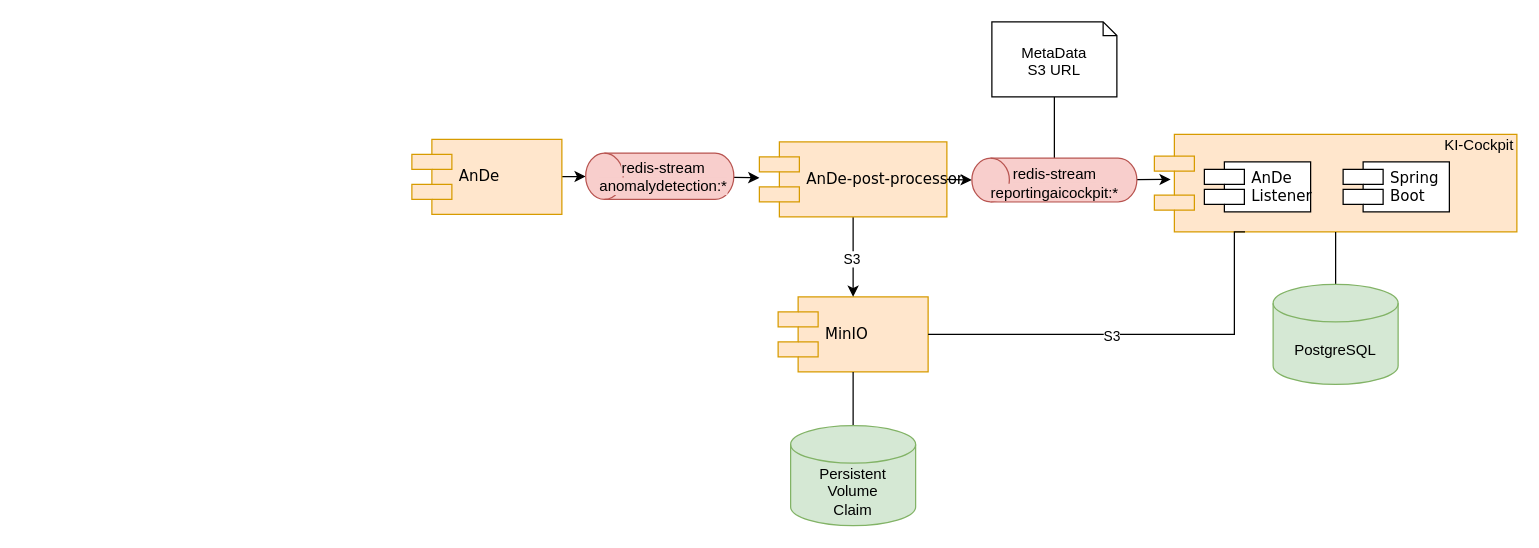
The draw.io diagram page "draft" (1 of 4) of docs/imgs/AnDe-Integration.drawio in starwit/ai-cockpit, before the edit. Source tidied: cells renumbered, new cells numbered last; positions are measured from the earlier drawing's top-left corner, leaving out a move shared by most shapes. Both pictures are drawn from the tidied source at 125%, with x=0, y=0 at pixel (411, 21).
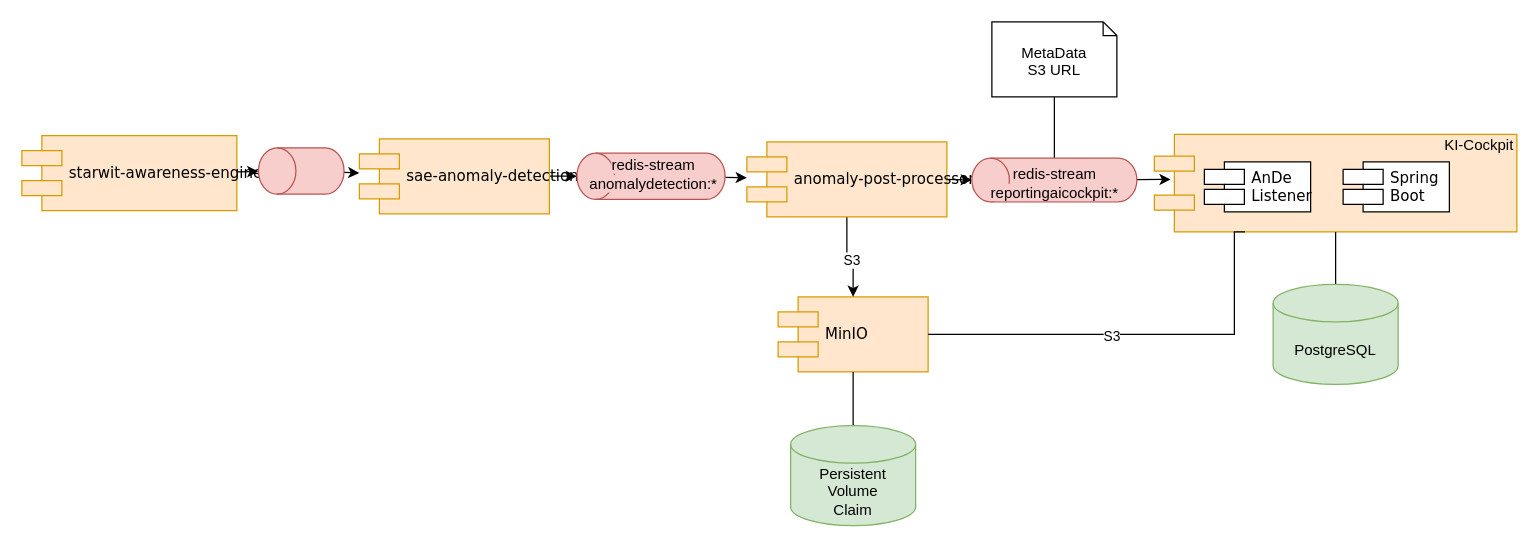
Above is the later version.

What changed in the source:
```diff
@@
-    <mxCell id="7" value="AnDe" style="shape=component;align=left;spacingLeft=36;rounded=0;shadow=0;comic=0;labelBackgroundColor=none;strokeWidth=1;fontFamily=Verdana;fontSize=12;html=1;fillColor=#ffe6cc;strokeColor=#d79b00;" parent="1" vertex="1">
-      <mxGeometry y="94" width="120" height="60" as="geometry" />
+    <mxCell id="7" value="sae-anomaly-detection" style="shape=component;align=left;spacingLeft=36;rounded=0;shadow=0;comic=0;labelBackgroundColor=none;strokeWidth=1;fontFamily=Verdana;fontSize=12;html=1;fillColor=#ffe6cc;strokeColor=#d79b00;" parent="1" vertex="1">
+      <mxGeometry x="-42" y="93.5" width="152" height="60" as="geometry" />
     </mxCell>
-    <mxCell id="8" value="AnDe-post-processor" style="shape=component;align=left;spacingLeft=36;rounded=0;shadow=0;comic=0;labelBackgroundColor=none;strokeWidth=1;fontFamily=Verdana;fontSize=12;html=1;fillColor=#ffe6cc;strokeColor=#d79b00;" parent="1" vertex="1">
-      <mxGeometry x="278" y="96" width="150" height="60" as="geometry" />
+    <mxCell id="8" value="anomaly-post-processor" style="shape=component;align=left;spacingLeft=36;rounded=0;shadow=0;comic=0;labelBackgroundColor=none;strokeWidth=1;fontFamily=Verdana;fontSize=12;html=1;fillColor=#ffe6cc;strokeColor=#d79b00;" parent="1" vertex="1">
+      <mxGeometry x="268" y="96" width="160" height="60" as="geometry" />
     </mxCell>
@@
     <mxCell id="11" style="shape=cylinder3;whiteSpace=wrap;html=1;boundedLbl=1;backgroundOutline=1;size=15;rotation=270;textDirection=vertical-lr;fillColor=#f8cecc;strokeColor=#b85450;" parent="1" vertex="1">
-      <mxGeometry x="179.8" y="64.2" width="37" height="118.5" as="geometry" />
+      <mxGeometry x="172.8" y="64.2" width="37" height="118.5" as="geometry" />
     </mxCell>
@@
     <mxCell id="25" value="&lt;span style=&quot;background-color: rgb(248, 206, 204);&quot;&gt;redis-stream&lt;br&gt;anomalydetection:*&lt;/span&gt;" style="text;html=1;strokeColor=none;fillColor=none;align=center;verticalAlign=middle;whiteSpace=wrap;rounded=0;" parent="1" vertex="1">
-      <mxGeometry x="163.5" y="114" width="75" height="20" as="geometry" />
+      <mxGeometry x="155.8" y="112" width="75" height="20" as="geometry" />
     </mxCell>
@@
+    <mxCell id="27" style="edgeStyle=none;html=1;" parent="1" edge="1" source="28" target="30">
+      <mxGeometry relative="1" as="geometry" />
+    </mxCell>
+    <mxCell id="28" value="starwit-awareness-engine" style="shape=component;align=left;spacingLeft=36;rounded=0;shadow=0;comic=0;labelBackgroundColor=none;strokeWidth=1;fontFamily=Verdana;fontSize=12;html=1;fillColor=#ffe6cc;strokeColor=#d79b00;" parent="1" vertex="1">
+      <mxGeometry x="-312" y="91" width="172" height="60" as="geometry" />
+    </mxCell>
+    <mxCell id="29" style="edgeStyle=none;html=1;" parent="1" edge="1" source="30" target="7">
+      <mxGeometry relative="1" as="geometry" />
+    </mxCell>
+    <mxCell id="30" style="shape=cylinder3;whiteSpace=wrap;html=1;boundedLbl=1;backgroundOutline=1;size=15;rotation=270;textDirection=vertical-lr;fillColor=#f8cecc;strokeColor=#b85450;" parent="1" vertex="1">
+      <mxGeometry x="-107" y="85" width="37" height="68.5" as="geometry" />
+    </mxCell>
```
